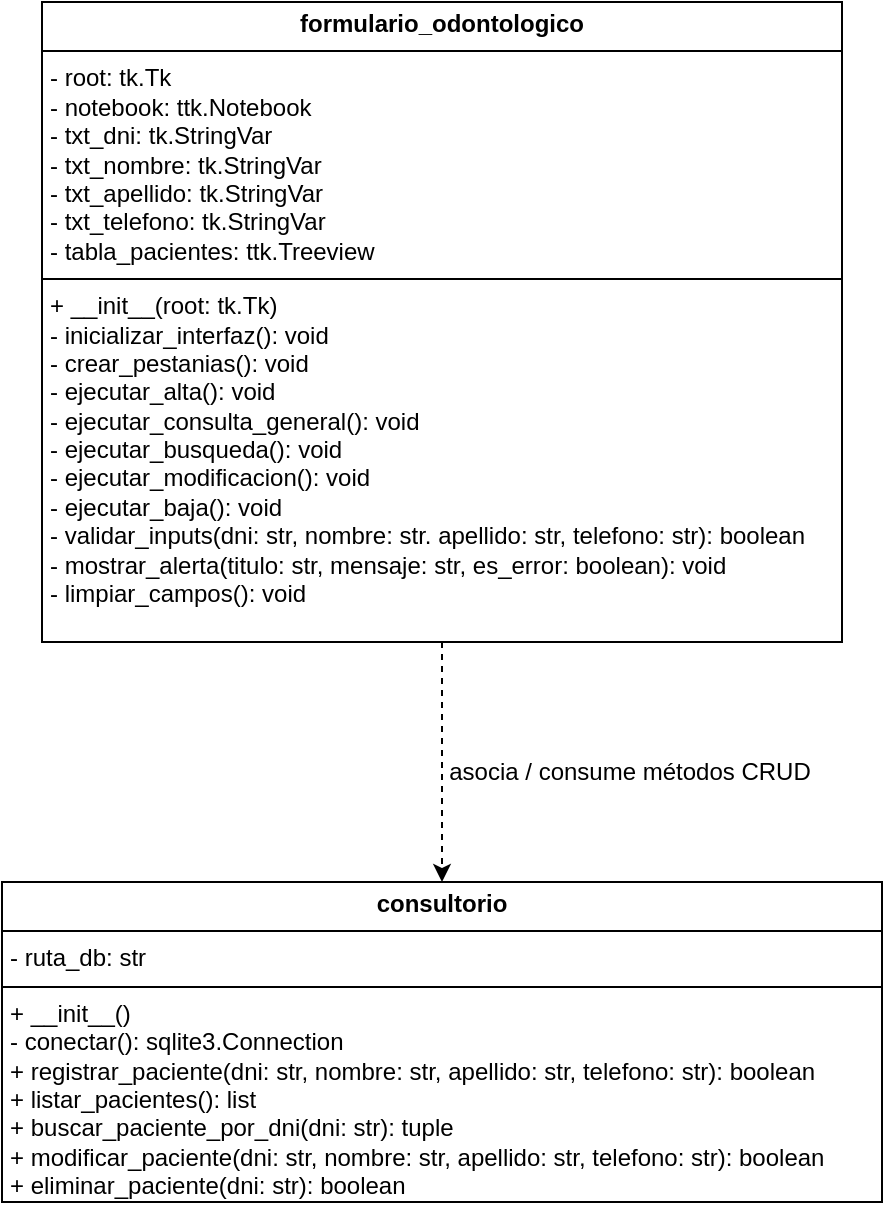
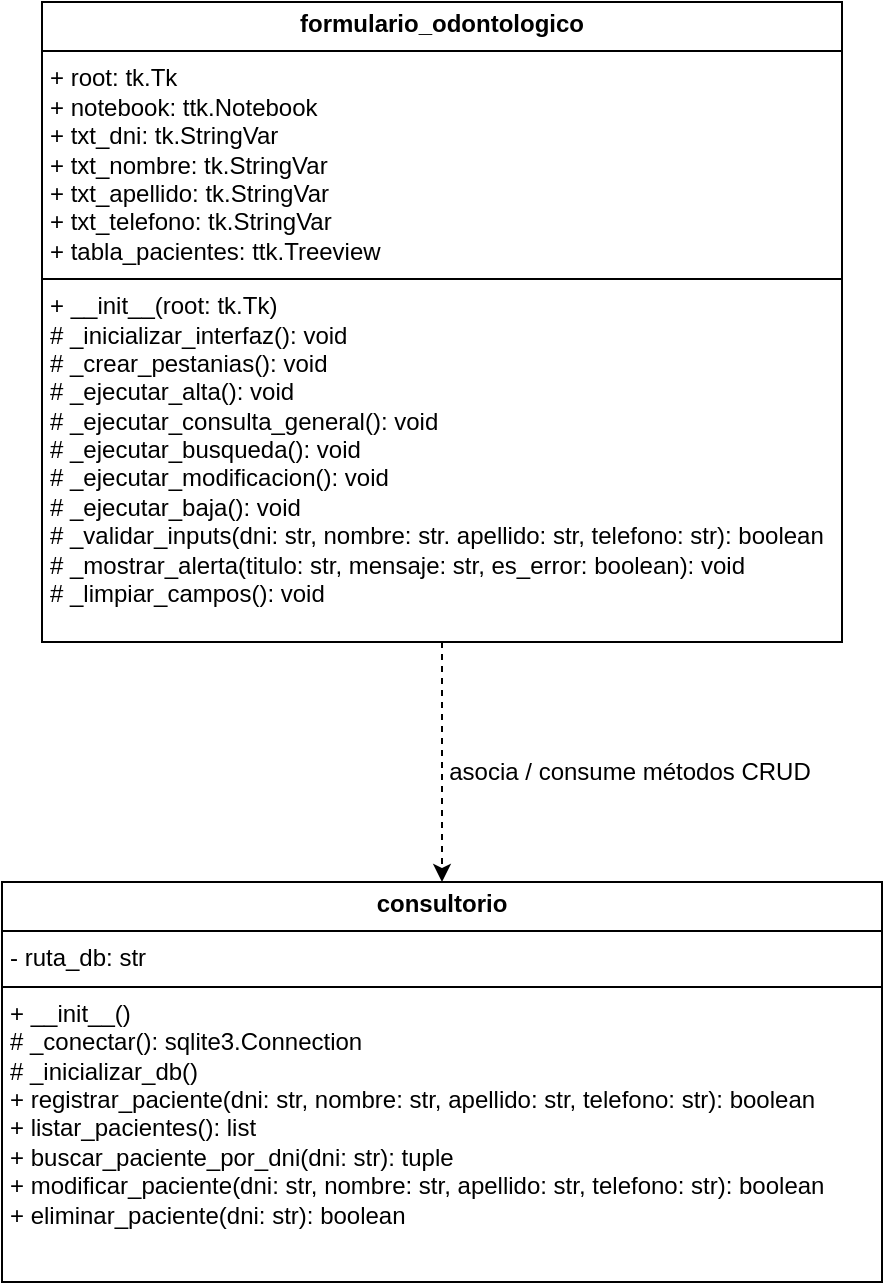
<mxfile host="Electron">
  <diagram name="Página-1" id="gU6rf5i2q3NfwPiqQDce">
-     <mxGraphModel dx="1277" dy="557" grid="0" gridSize="10" guides="1" tooltips="1" connect="1" arrows="1" fold="1" page="1" pageScale="1" pageWidth="827" pageHeight="1169" math="0" shadow="0">
+     <mxGraphModel dx="1436" dy="626" grid="0" gridSize="10" guides="1" tooltips="1" connect="1" arrows="1" fold="1" page="1" pageScale="1" pageWidth="827" pageHeight="1169" math="0" shadow="0">
      <root>
        <mxCell id="0" />
        <mxCell id="1" parent="0" />
-         <mxCell id="GnrVvOEH4PuYytPEQfGG-1" parent="1" style="verticalAlign=top;align=left;overflow=fill;html=1;whiteSpace=wrap;" value="&lt;p style=&quot;margin:0px;margin-top:4px;text-align:center;&quot;&gt;&lt;b&gt;formulario_odontologico&lt;/b&gt;&lt;/p&gt;&lt;hr size=&quot;1&quot; style=&quot;border-style:solid;&quot;&gt;&lt;p style=&quot;margin:0px;margin-left:4px;&quot;&gt;- root: tk.Tk&lt;/p&gt;&lt;p style=&quot;margin:0px;margin-left:4px;&quot;&gt;- notebook: ttk.Notebook&lt;/p&gt;&lt;p style=&quot;margin:0px;margin-left:4px;&quot;&gt;- txt_dni: tk.StringVar&lt;/p&gt;&lt;p style=&quot;margin:0px;margin-left:4px;&quot;&gt;- txt_nombre: tk.StringVar&lt;/p&gt;&lt;p style=&quot;margin:0px;margin-left:4px;&quot;&gt;- txt_apellido: tk.StringVar&lt;/p&gt;&lt;p style=&quot;margin:0px;margin-left:4px;&quot;&gt;- txt_telefono: tk.StringVar&lt;/p&gt;&lt;p style=&quot;margin:0px;margin-left:4px;&quot;&gt;- tabla_pacientes: ttk.Treeview&lt;/p&gt;&lt;hr size=&quot;1&quot; style=&quot;border-style:solid;&quot;&gt;&lt;p style=&quot;margin:0px;margin-left:4px;&quot;&gt;+ __init__(root: tk.Tk)&lt;/p&gt;&lt;p style=&quot;margin:0px;margin-left:4px;&quot;&gt;- inicializar_interfaz(): void&lt;/p&gt;&lt;p style=&quot;margin:0px;margin-left:4px;&quot;&gt;- crear_pestanias(): void&lt;/p&gt;&lt;p style=&quot;margin:0px;margin-left:4px;&quot;&gt;- ejecutar_alta(): void&lt;/p&gt;&lt;p style=&quot;margin:0px;margin-left:4px;&quot;&gt;- ejecutar_consulta_general(): void&lt;/p&gt;&lt;p style=&quot;margin:0px;margin-left:4px;&quot;&gt;- ejecutar_busqueda(): void&lt;/p&gt;&lt;p style=&quot;margin:0px;margin-left:4px;&quot;&gt;- ejecutar_modificacion(): void&lt;/p&gt;&lt;p style=&quot;margin:0px;margin-left:4px;&quot;&gt;- ejecutar_baja(): void&lt;/p&gt;&lt;p style=&quot;margin:0px;margin-left:4px;&quot;&gt;- validar_inputs(dni: str, nombre: str. apellido: str, telefono: str): boolean&lt;/p&gt;&lt;p style=&quot;margin:0px;margin-left:4px;&quot;&gt;- mostrar_alerta(titulo: str, mensaje: str, es_error: boolean): void&lt;/p&gt;&lt;p style=&quot;margin:0px;margin-left:4px;&quot;&gt;- limpiar_campos(): void&lt;/p&gt;" vertex="1">
+         <mxCell id="GnrVvOEH4PuYytPEQfGG-1" parent="1" style="verticalAlign=top;align=left;overflow=fill;html=1;whiteSpace=wrap;" value="&lt;p style=&quot;margin:0px;margin-top:4px;text-align:center;&quot;&gt;&lt;b&gt;formulario_odontologico&lt;/b&gt;&lt;/p&gt;&lt;hr size=&quot;1&quot; style=&quot;border-style:solid;&quot;&gt;&lt;p style=&quot;margin:0px;margin-left:4px;&quot;&gt;+ root: tk.Tk&lt;/p&gt;&lt;p style=&quot;margin:0px;margin-left:4px;&quot;&gt;+ notebook: ttk.Notebook&lt;/p&gt;&lt;p style=&quot;margin:0px;margin-left:4px;&quot;&gt;+ txt_dni: tk.StringVar&lt;/p&gt;&lt;p style=&quot;margin:0px;margin-left:4px;&quot;&gt;+ txt_nombre: tk.StringVar&lt;/p&gt;&lt;p style=&quot;margin:0px;margin-left:4px;&quot;&gt;+ txt_apellido: tk.StringVar&lt;/p&gt;&lt;p style=&quot;margin:0px;margin-left:4px;&quot;&gt;+ txt_telefono: tk.StringVar&lt;/p&gt;&lt;p style=&quot;margin:0px;margin-left:4px;&quot;&gt;+ tabla_pacientes: ttk.Treeview&lt;/p&gt;&lt;hr size=&quot;1&quot; style=&quot;border-style:solid;&quot;&gt;&lt;p style=&quot;margin:0px;margin-left:4px;&quot;&gt;+ __init__(root: tk.Tk)&lt;/p&gt;&lt;p style=&quot;margin:0px;margin-left:4px;&quot;&gt;# _inicializar_interfaz(): void&lt;/p&gt;&lt;p style=&quot;margin:0px;margin-left:4px;&quot;&gt;# _crear_pestanias(): void&lt;/p&gt;&lt;p style=&quot;margin:0px;margin-left:4px;&quot;&gt;# _ejecutar_alta(): void&lt;/p&gt;&lt;p style=&quot;margin:0px;margin-left:4px;&quot;&gt;# _ejecutar_consulta_general(): void&lt;/p&gt;&lt;p style=&quot;margin:0px;margin-left:4px;&quot;&gt;# _ejecutar_busqueda(): void&lt;/p&gt;&lt;p style=&quot;margin:0px;margin-left:4px;&quot;&gt;# _ejecutar_modificacion(): void&lt;/p&gt;&lt;p style=&quot;margin:0px;margin-left:4px;&quot;&gt;# _ejecutar_baja(): void&lt;/p&gt;&lt;p style=&quot;margin:0px;margin-left:4px;&quot;&gt;# _validar_inputs(dni: str, nombre: str. apellido: str, telefono: str): boolean&lt;/p&gt;&lt;p style=&quot;margin:0px;margin-left:4px;&quot;&gt;# _mostrar_alerta(titulo: str, mensaje: str, es_error: boolean): void&lt;/p&gt;&lt;p style=&quot;margin:0px;margin-left:4px;&quot;&gt;# _limpiar_campos(): void&lt;/p&gt;" vertex="1">
          <mxGeometry height="320" width="400" x="120" y="80" as="geometry" />
        </mxCell>
-         <mxCell id="GnrVvOEH4PuYytPEQfGG-2" parent="1" style="verticalAlign=top;align=left;overflow=fill;html=1;whiteSpace=wrap;" value="&lt;p style=&quot;margin:0px;margin-top:4px;text-align:center;&quot;&gt;&lt;b&gt;consultorio&lt;/b&gt;&lt;/p&gt;&lt;hr size=&quot;1&quot; style=&quot;border-style:solid;&quot;&gt;&lt;p style=&quot;margin:0px;margin-left:4px;&quot;&gt;- ruta_db: str&lt;/p&gt;&lt;hr size=&quot;1&quot; style=&quot;border-style:solid;&quot;&gt;&lt;p style=&quot;margin:0px;margin-left:4px;&quot;&gt;+ __init__()&lt;/p&gt;&lt;p style=&quot;margin:0px;margin-left:4px;&quot;&gt;- conectar(): sqlite3.Connection&lt;/p&gt;&lt;p style=&quot;margin:0px;margin-left:4px;&quot;&gt;+ registrar_paciente(dni: str, nombre: str, apellido: str, telefono: str): boolean&lt;/p&gt;&lt;p style=&quot;margin:0px;margin-left:4px;&quot;&gt;+ listar_pacientes(): list&lt;/p&gt;&lt;p style=&quot;margin:0px;margin-left:4px;&quot;&gt;+ buscar_paciente_por_dni(dni: str): tuple&lt;/p&gt;&lt;p style=&quot;margin:0px;margin-left:4px;&quot;&gt;+ modificar_paciente(dni: str, nombre: str, apellido: str, telefono: str): boolean&lt;/p&gt;&lt;p style=&quot;margin:0px;margin-left:4px;&quot;&gt;+ eliminar_paciente(dni: str): boolean&lt;/p&gt;" vertex="1">
-           <mxGeometry height="160" width="440" x="100" y="520" as="geometry" />
+         <mxCell id="GnrVvOEH4PuYytPEQfGG-2" parent="1" style="verticalAlign=top;align=left;overflow=fill;html=1;whiteSpace=wrap;" value="&lt;p style=&quot;margin:0px;margin-top:4px;text-align:center;&quot;&gt;&lt;b&gt;consultorio&lt;/b&gt;&lt;/p&gt;&lt;hr size=&quot;1&quot; style=&quot;border-style:solid;&quot;&gt;&lt;p style=&quot;margin:0px;margin-left:4px;&quot;&gt;- ruta_db: str&lt;/p&gt;&lt;hr size=&quot;1&quot; style=&quot;border-style:solid;&quot;&gt;&lt;p style=&quot;margin:0px;margin-left:4px;&quot;&gt;+ __init__()&lt;/p&gt;&lt;p style=&quot;margin:0px;margin-left:4px;&quot;&gt;# _conectar(): sqlite3.Connection&lt;/p&gt;&lt;p style=&quot;margin:0px;margin-left:4px;&quot;&gt;# _inicializar_db()&lt;/p&gt;&lt;p style=&quot;margin:0px;margin-left:4px;&quot;&gt;+ registrar_paciente(dni: str, nombre: str, apellido: str, telefono: str): boolean&lt;/p&gt;&lt;p style=&quot;margin:0px;margin-left:4px;&quot;&gt;+ listar_pacientes(): list&lt;/p&gt;&lt;p style=&quot;margin:0px;margin-left:4px;&quot;&gt;+ buscar_paciente_por_dni(dni: str): tuple&lt;/p&gt;&lt;p style=&quot;margin:0px;margin-left:4px;&quot;&gt;+ modificar_paciente(dni: str, nombre: str, apellido: str, telefono: str): boolean&lt;/p&gt;&lt;p style=&quot;margin:0px;margin-left:4px;&quot;&gt;+ eliminar_paciente(dni: str): boolean&lt;/p&gt;" vertex="1">
+           <mxGeometry height="200" width="440" x="100" y="520" as="geometry" />
        </mxCell>
        <mxCell id="GnrVvOEH4PuYytPEQfGG-5" edge="1" parent="1" source="GnrVvOEH4PuYytPEQfGG-1" style="endArrow=classic;html=1;rounded=0;dashed=1;exitX=0.5;exitY=1;exitDx=0;exitDy=0;entryX=0.5;entryY=0;entryDx=0;entryDy=0;" target="GnrVvOEH4PuYytPEQfGG-2" value="">
          <mxGeometry height="50" relative="1" width="50" as="geometry">
            <mxPoint x="350" y="480" as="sourcePoint" />
            <mxPoint x="400" y="430" as="targetPoint" />
          </mxGeometry>
        </mxCell>
        <mxCell id="GnrVvOEH4PuYytPEQfGG-6" parent="1" style="text;html=1;whiteSpace=wrap;strokeColor=none;fillColor=none;align=center;verticalAlign=middle;rounded=0;" value="asocia / consume métodos CRUD" vertex="1">
          <mxGeometry height="30" width="190" x="319" y="450" as="geometry" />
        </mxCell>
      </root>
    </mxGraphModel>
  </diagram>
</mxfile>
